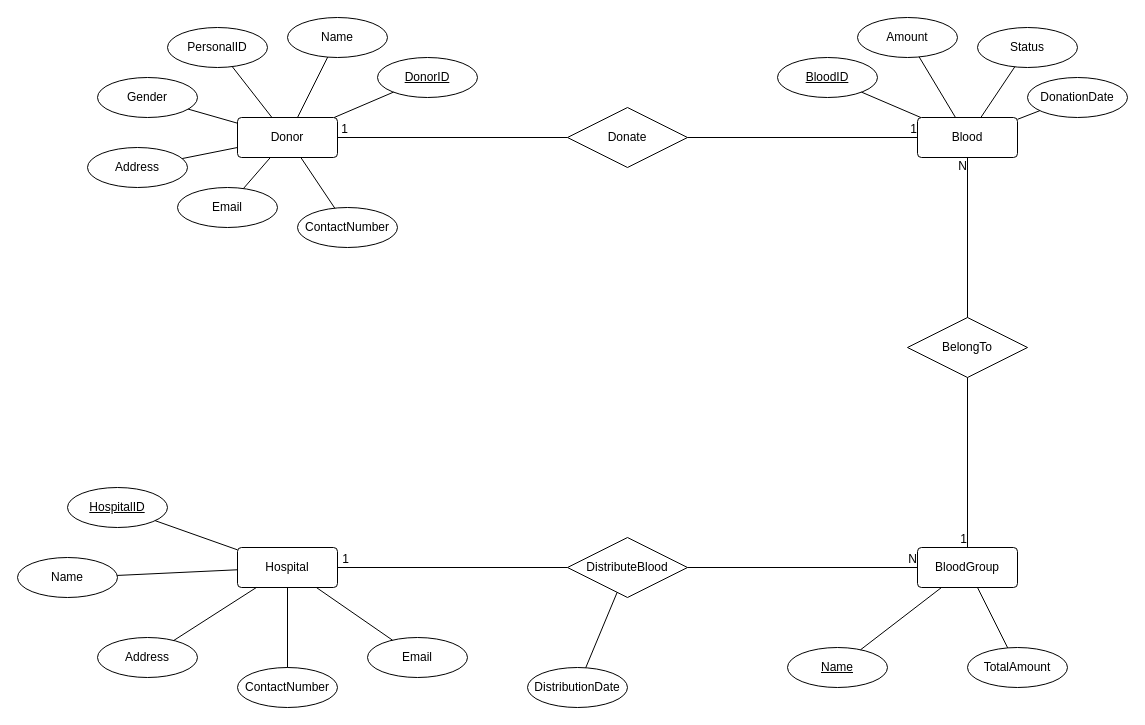
Above: Project.drawio in phucnguyen111/DatabaseProject-BloodManagement (draw.io), before the change. Source tidied: cells renumbered, new cells numbered last; positions are measured from the earlier drawing's top-left corner, leaving out a move shared by most shapes. Both pictures are drawn from the tidied source at 100%, with x=0, y=0 at pixel (17, 17).
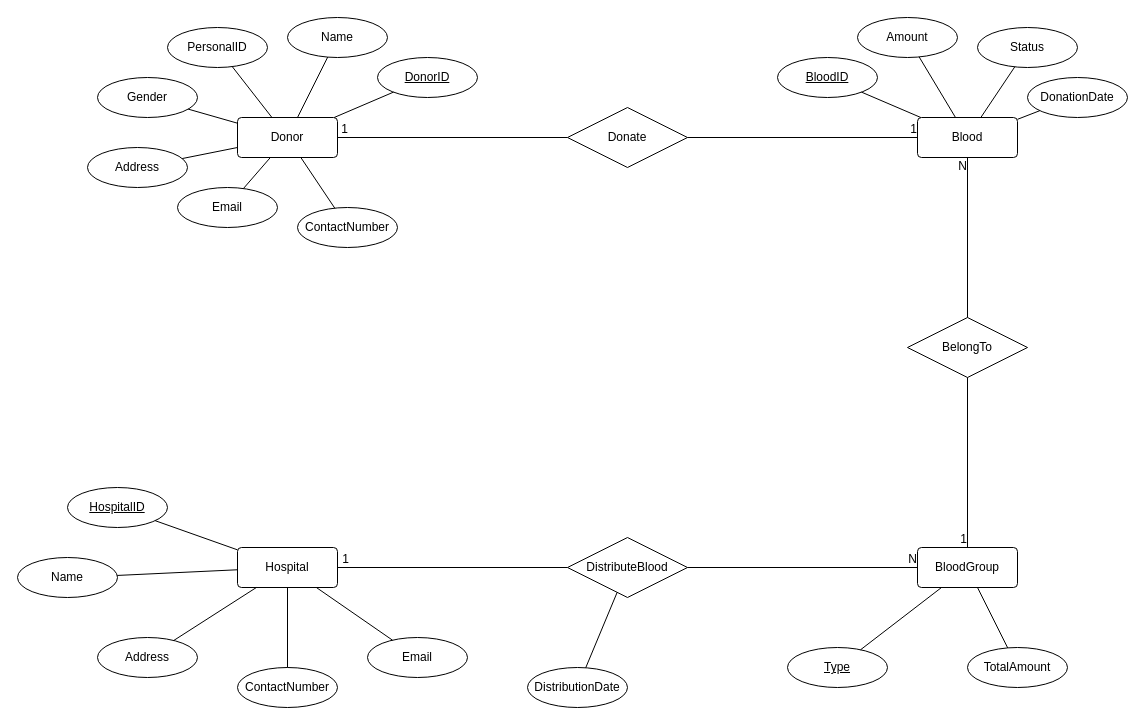
Above is the later version.

Commit message:
ER diagram: Modify BloodGroup

What changed in the source:
```diff
@@
-    <mxCell id="51" value="Name" style="ellipse;whiteSpace=wrap;html=1;align=center;fontStyle=4;" parent="1" vertex="1">
+    <mxCell id="51" value="Type" style="ellipse;whiteSpace=wrap;html=1;align=center;fontStyle=4;" parent="1" vertex="1">
       <mxGeometry x="770" y="630" width="100" height="40" as="geometry" />
     </mxCell>
```
